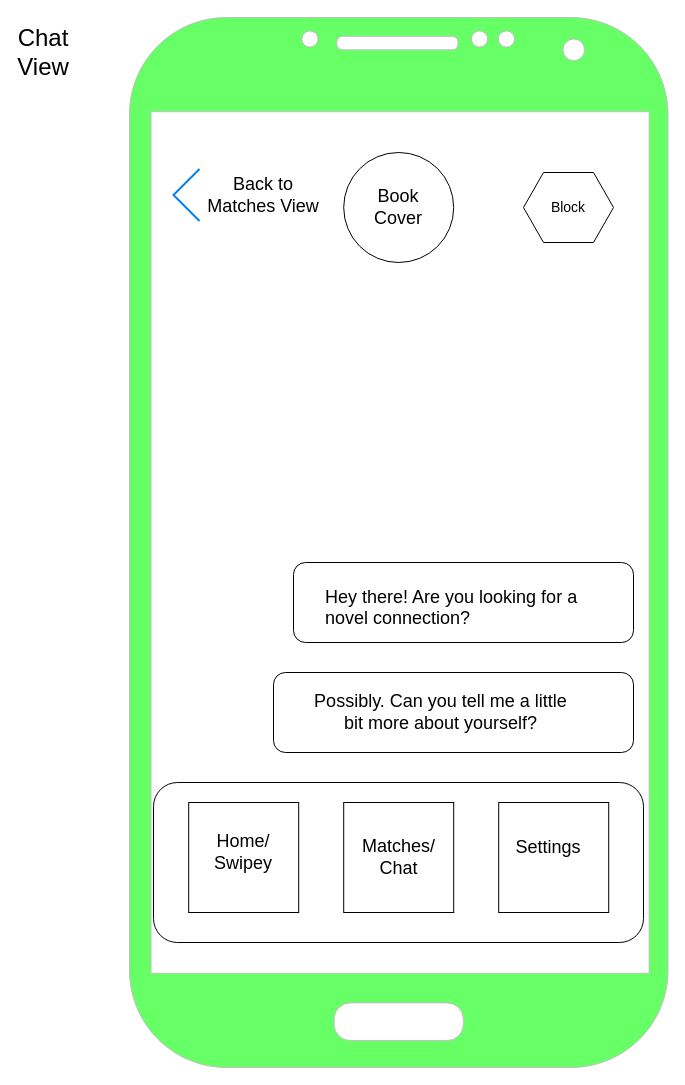
BCerki/book-tinder keeps this draw.io diagram as page "Chat View" (4 of 5) of planning/wire-frames.drawio. Above is the earlier version. Source tidied: cells renumbered, new cells numbered last; positions are measured from the earlier drawing's top-left corner, leaving out a move shared by most shapes. Both pictures are drawn from the tidied source at 100%, with x=0, y=0 at pixel (23, 17).
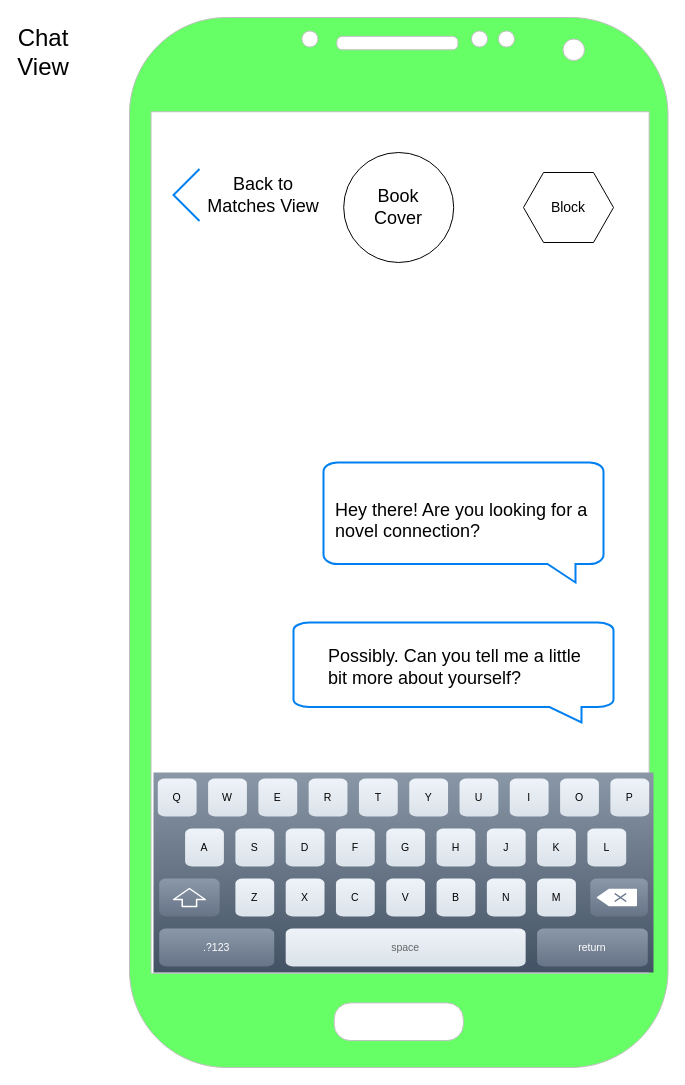
After the change.

What changed in the source:
```diff
@@
-    <mxCell id="3" style="group;" parent="1" vertex="1">
-      <mxGeometry x="130" y="765" width="490" height="160" as="geometry" />
-    </mxCell>
-    <mxCell id="4" style="rounded=1;whiteSpace=wrap;html=1;" parent="3" vertex="1">
-      <mxGeometry width="490" height="160" as="geometry" />
-    </mxCell>
-    <mxCell id="5" style="whiteSpace=wrap;html=1;" parent="3" vertex="1">
-      <mxGeometry x="190.2" y="20" width="110" height="110" as="geometry" />
-    </mxCell>
-    <mxCell id="6" value="&lt;font style=&quot;font-size: 18px&quot;&gt;Matches/&lt;br&gt;Chat&lt;br&gt;&lt;/font&gt;" style="text;html=1;strokeColor=none;fillColor=none;align=center;verticalAlign=middle;whiteSpace=wrap;rounded=0;" parent="3" vertex="1">
-      <mxGeometry x="197.7" y="45" width="95" height="60" as="geometry" />
-    </mxCell>
-    <mxCell id="7" style="whiteSpace=wrap;html=1;" parent="3" vertex="1">
-      <mxGeometry x="345.2" y="20" width="110" height="110" as="geometry" />
-    </mxCell>
-    <mxCell id="8" style="whiteSpace=wrap;html=1;" parent="3" vertex="1">
-      <mxGeometry x="35.2" y="20" width="110" height="110" as="geometry" />
-    </mxCell>
-    <mxCell id="9" value="&lt;span style=&quot;font-size: 18px&quot;&gt;Settings&lt;/span&gt;" style="text;html=1;strokeColor=none;fillColor=none;align=center;verticalAlign=middle;whiteSpace=wrap;rounded=0;" parent="3" vertex="1">
-      <mxGeometry x="365" y="50" width="60" height="30" as="geometry" />
-    </mxCell>
-    <mxCell id="10" value="&lt;font style=&quot;font-size: 18px&quot;&gt;Home/&lt;br&gt;Swipey&lt;/font&gt;" style="text;html=1;strokeColor=none;fillColor=none;align=center;verticalAlign=middle;whiteSpace=wrap;rounded=0;" parent="3" vertex="1">
-      <mxGeometry x="70.2" y="60" width="40" height="20" as="geometry" />
-    </mxCell>
@@
-    <mxCell id="12" style="rounded=1;whiteSpace=wrap;html=1;" parent="1" vertex="1">
-      <mxGeometry x="270" y="545" width="340" height="80" as="geometry" />
-    </mxCell>
-    <mxCell id="13" value="&lt;font style=&quot;font-size: 18px&quot;&gt;&lt;br&gt;Hey there! Are you looking for a novel connection?&lt;br&gt;&lt;/font&gt;" style="text;html=1;strokeColor=none;fillColor=none;align=left;verticalAlign=middle;whiteSpace=wrap;rounded=0;" parent="1" vertex="1">
-      <mxGeometry x="300" y="545" width="290" height="70" as="geometry" />
-    </mxCell>
-    <mxCell id="14" style="rounded=1;whiteSpace=wrap;html=1;" parent="1" vertex="1">
-      <mxGeometry x="250" y="655" width="360" height="80" as="geometry" />
-    </mxCell>
-    <mxCell id="15" value="&lt;font style=&quot;font-size: 18px&quot;&gt;Possibly. Can you tell me a little bit more about yourself?&lt;/font&gt;" style="text;html=1;strokeColor=none;fillColor=none;align=center;verticalAlign=middle;whiteSpace=wrap;rounded=0;" parent="1" vertex="1">
-      <mxGeometry x="280" y="660" width="275" height="70" as="geometry" />
-    </mxCell>
@@
+    <mxCell id="25" style="verticalLabelPosition=bottom;verticalAlign=top;html=1;shadow=0;dashed=0;strokeWidth=1;shape=mxgraph.ios.iKeybLett;" parent="1" vertex="1">
+      <mxGeometry x="130" y="755" width="500" height="200" as="geometry" />
+    </mxCell>
+    <mxCell id="26" style="group;" parent="1" vertex="1">
+      <mxGeometry x="300" y="445" width="280" height="120" as="geometry" />
+    </mxCell>
+    <mxCell id="27" style="html=1;verticalLabelPosition=bottom;align=center;labelBackgroundColor=#ffffff;verticalAlign=top;strokeWidth=2;strokeColor=#0080F0;shadow=0;dashed=0;shape=mxgraph.ios7.icons.message;" parent="26" vertex="1">
+      <mxGeometry width="280" height="120" as="geometry" />
+    </mxCell>
+    <mxCell id="13" value="&lt;font style=&quot;font-size: 18px&quot;&gt;&lt;br&gt;Hey there! Are you looking for a novel connection?&lt;br&gt;&lt;/font&gt;" style="text;html=1;strokeColor=none;fillColor=none;align=left;verticalAlign=middle;whiteSpace=wrap;rounded=0;" parent="26" vertex="1">
+      <mxGeometry x="10" y="23" width="260" height="50" as="geometry" />
+    </mxCell>
+    <mxCell id="28" style="group;" parent="1" vertex="1">
+      <mxGeometry x="270" y="605" width="320" height="100" as="geometry" />
+    </mxCell>
+    <mxCell id="29" style="html=1;verticalLabelPosition=bottom;align=center;labelBackgroundColor=#ffffff;verticalAlign=top;strokeWidth=2;strokeColor=#0080F0;shadow=0;dashed=0;shape=mxgraph.ios7.icons.message;" parent="28" vertex="1">
+      <mxGeometry width="320" height="100" as="geometry" />
+    </mxCell>
+    <mxCell id="15" value="&lt;font style=&quot;font-size: 18px&quot;&gt;Possibly. Can you tell me a little bit more about yourself?&lt;/font&gt;" style="text;html=1;strokeColor=none;fillColor=none;align=left;verticalAlign=middle;whiteSpace=wrap;rounded=0;" parent="28" vertex="1">
+      <mxGeometry x="32.5" y="20" width="275" height="50" as="geometry" />
+    </mxCell>
```
